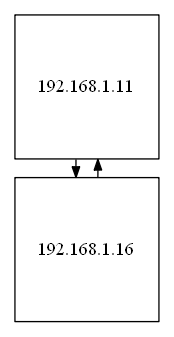
Earlier version of the Graphviz export Graphics/NODOS.png (Guillermo-O-C/EDD_1S20200_PY2_201801366). Its source is kept beside it as TextFiles/NODOS.dot.
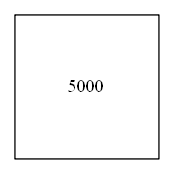
After the commit.

Change to the diagram source:
```diff
@@ -2,4 +2,4 @@
  nodesep=0.3;
  ranksep=0.2;
     margin=0.1;
- node[shape=box width="1.5" height="1.5" fixed="true"];  edge [arrowsize=0.8];"192.168.1.11" ->"192.168.1.16";"192.168.1.16" -> "192.168.1.11";}
+ node[shape=box width="1.5" height="1.5" fixed="true"];  edge [arrowsize=0.8];"5000";}
```
